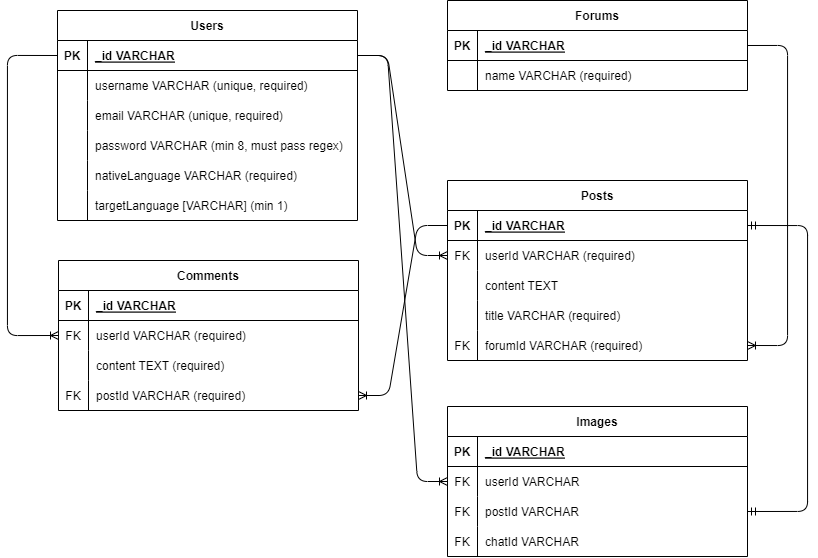
Above: finalPorjectDBSchema.drawio.png in sulthanna97/Hacklingo-backend (draw.io), before the change. Source tidied: cells renumbered, new cells last; positions are measured from the earlier drawing's top-left corner, leaving out a move shared by most shapes.
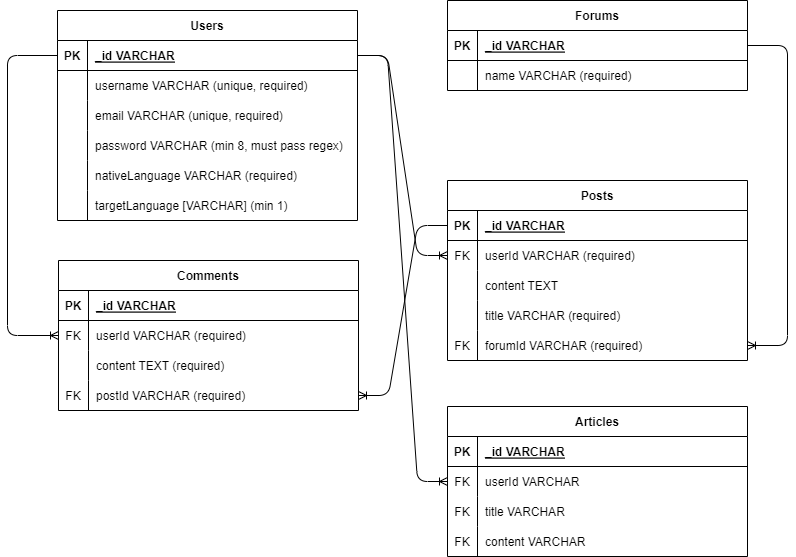
The same diagram one commit later.

What changed in the source:
```diff
@@ -189,7 +189,7 @@
     <mxCell id="60" style="edgeStyle=entityRelationEdgeStyle;fontSize=12;html=1;endArrow=ERoneToMany;exitX=1;exitY=0.5;exitDx=0;exitDy=0;entryX=0;entryY=0.5;entryDx=0;entryDy=0;" parent="1" edge="1" source="3" target="32">
       <mxGeometry relative="1" as="geometry" />
     </mxCell>
-    <mxCell id="61" value="Images" style="shape=table;startSize=30;rowLines=0;fontStyle=1;align=center;" parent="1" vertex="1">
+    <mxCell id="61" value="Articles" style="shape=table;startSize=30;rowLines=0;fontStyle=1;align=center;" parent="1" vertex="1">
       <mxGeometry x="440" y="406" width="300" height="150" as="geometry" />
     </mxCell>
     <mxCell id="62" style="shape=tableRow;horizontal=0;startSize=0;swimlaneHead=0;swimlaneBody=0;fillColor=none;top=0;left=0;right=0;bottom=1;" parent="61" vertex="1">
@@ -216,7 +216,7 @@
     <mxCell id="69" value="FK" style="shape=partialRectangle;fillColor=none;top=0;left=0;bottom=0;right=0;overflow=hidden;" parent="68" vertex="1">
       <mxGeometry width="30" height="30" as="geometry" />
     </mxCell>
-    <mxCell id="70" value="postId VARCHAR" style="shape=partialRectangle;fillColor=none;top=0;left=0;bottom=0;right=0;align=left;spacingLeft=6;overflow=hidden;" parent="68" vertex="1">
+    <mxCell id="70" value="title VARCHAR" style="shape=partialRectangle;fillColor=none;top=0;left=0;bottom=0;right=0;align=left;spacingLeft=6;overflow=hidden;" parent="68" vertex="1">
       <mxGeometry x="30" width="270" height="30" as="geometry" />
     </mxCell>
     <mxCell id="71" style="shape=tableRow;horizontal=0;startSize=0;swimlaneHead=0;swimlaneBody=0;fillColor=none;top=0;left=0;right=0;bottom=0;" parent="61" vertex="1">
@@ -225,17 +225,9 @@
     <mxCell id="72" value="FK" style="shape=partialRectangle;fillColor=none;top=0;left=0;bottom=0;right=0;overflow=hidden;" parent="71" vertex="1">
       <mxGeometry width="30" height="30" as="geometry" />
     </mxCell>
-    <mxCell id="73" value="chatId VARCHAR" style="shape=partialRectangle;fillColor=none;top=0;left=0;bottom=0;right=0;align=left;spacingLeft=6;overflow=hidden;" parent="71" vertex="1">
+    <mxCell id="73" value="content VARCHAR" style="shape=partialRectangle;fillColor=none;top=0;left=0;bottom=0;right=0;align=left;spacingLeft=6;overflow=hidden;" parent="71" vertex="1">
       <mxGeometry x="30" width="270" height="30" as="geometry" />
     </mxCell>
-    <mxCell id="74" style="edgeStyle=orthogonalEdgeStyle;fontSize=12;html=1;endArrow=ERmandOne;startArrow=ERmandOne;entryX=1;entryY=0.5;entryDx=0;entryDy=0;exitX=1;exitY=0.5;exitDx=0;exitDy=0;elbow=vertical;" parent="1" edge="1" source="68" target="29">
-      <mxGeometry relative="1" as="geometry">
-        <Array as="points">
-          <mxPoint x="800" y="511" />
-          <mxPoint x="800" y="225" />
-        </Array>
-      </mxGeometry>
-    </mxCell>
     <mxCell id="75" style="edgeStyle=entityRelationEdgeStyle;fontSize=12;html=1;endArrow=ERoneToMany;elbow=vertical;entryX=0;entryY=0.5;entryDx=0;entryDy=0;exitX=1;exitY=0.5;exitDx=0;exitDy=0;" parent="1" edge="1" source="3" target="65">
       <mxGeometry relative="1" as="geometry" />
     </mxCell>
```
